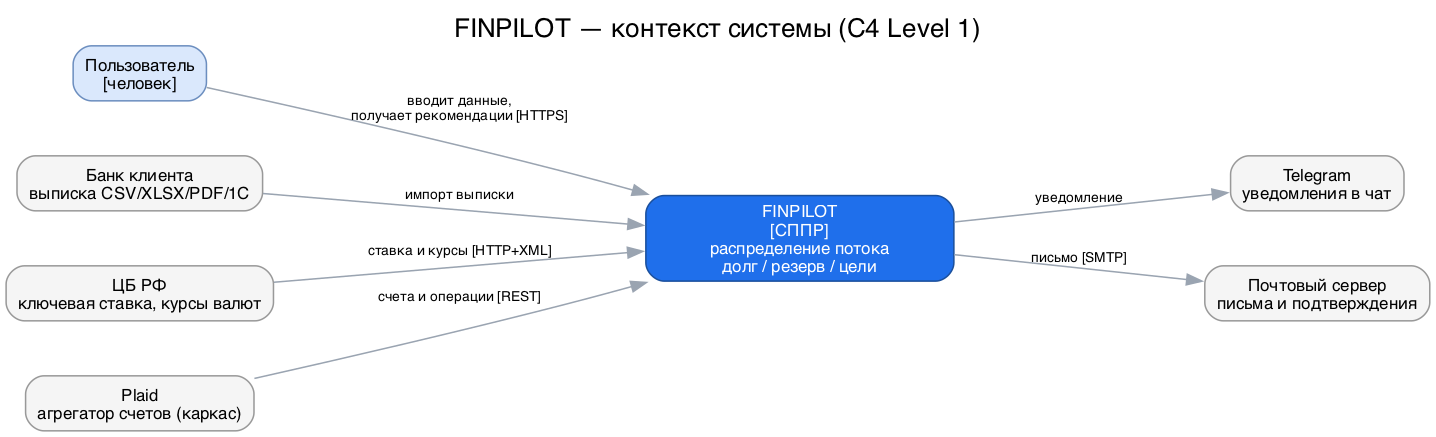
vevdokimovm/personal-finance-dss keeps this Graphviz diagram as docs/diagrams/04_c4_context.drawio.png. Above is the earlier version. Its source is kept beside it as docs/diagrams/src/04_c4_context.dot.
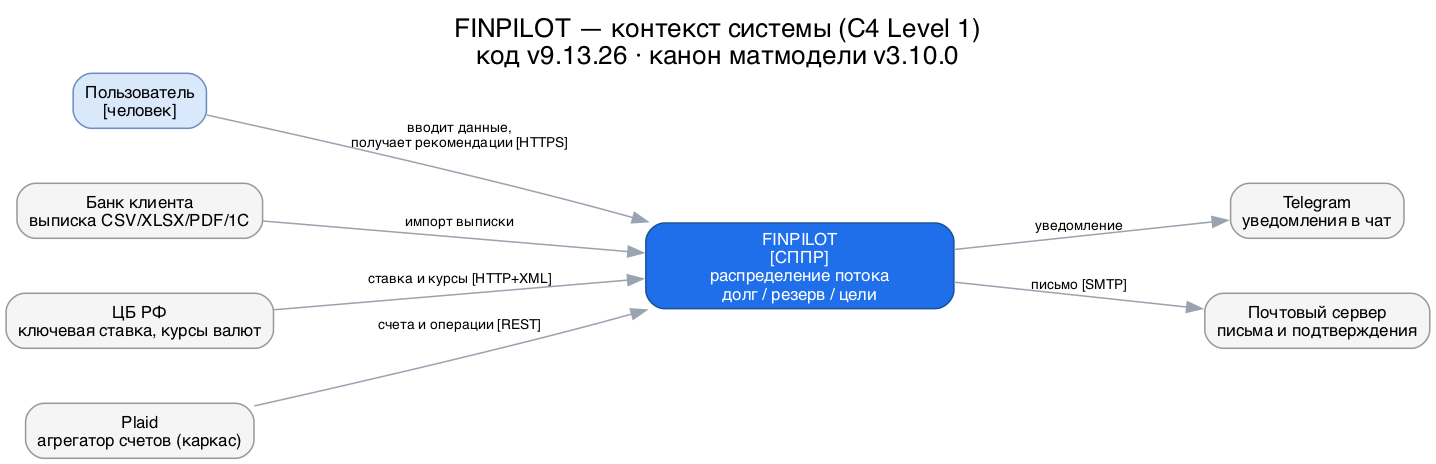
The same diagram one commit later.

What changed in the source:
```diff
@@ -1,6 +1,7 @@
 digraph context {
   graph [rankdir=LR, fontname="Helvetica", labelloc=t, fontsize=17,
-         label="FINPILOT — контекст системы (C4 Level 1)", nodesep=0.5, ranksep=1.4];
+         label="FINPILOT — контекст системы (C4 Level 1)\nкод v9.13.26 · канон матмодели v3.10.0",
+         nodesep=0.5, ranksep=1.4];
   node [fontname="Helvetica", fontsize=11, style="rounded,filled"];
   edge [color="#9aa4b1", fontname="Helvetica", fontsize=9];
 
```
